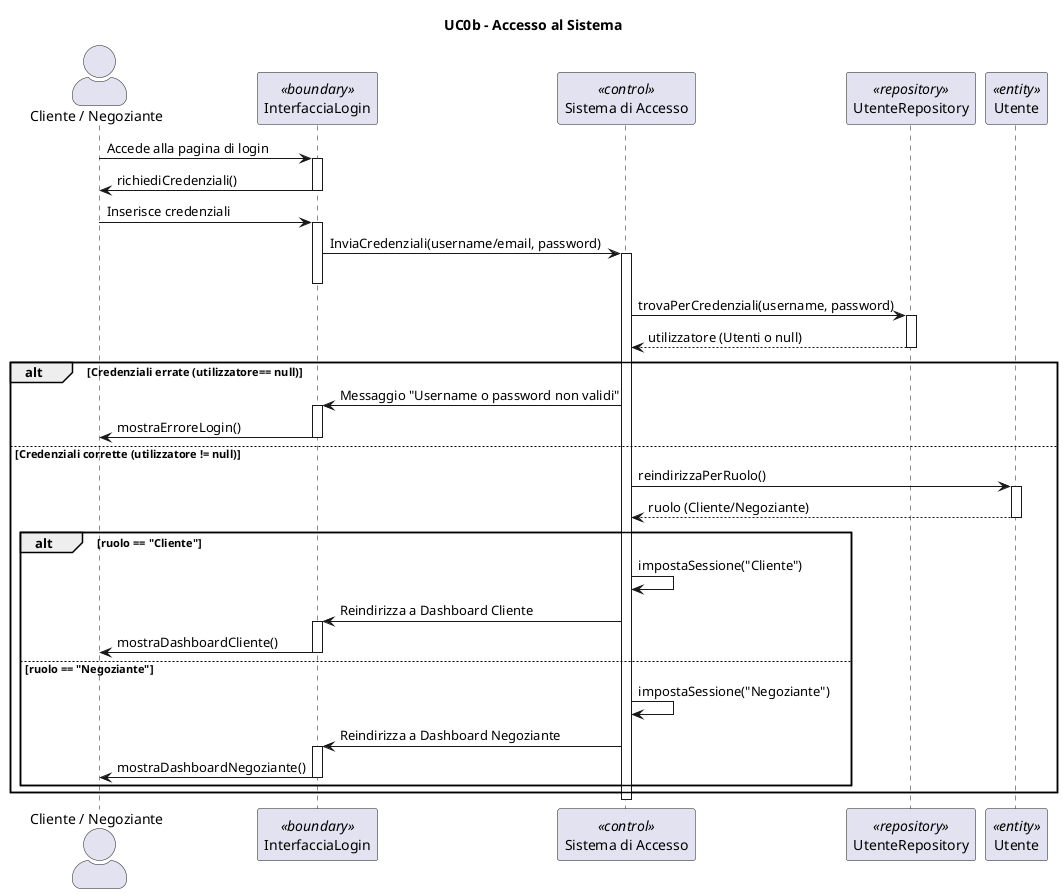
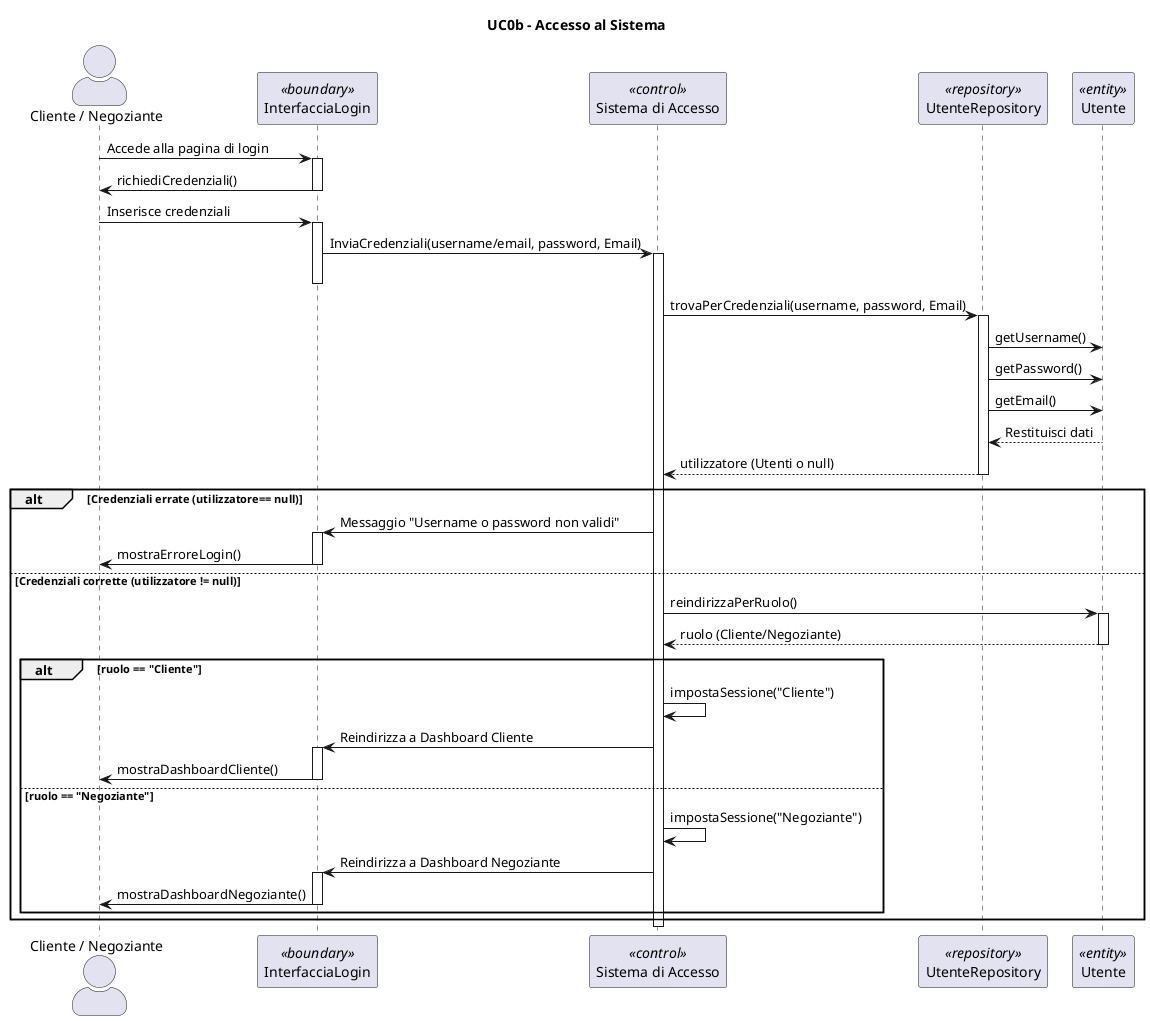
@startuml
title UC0b - Accesso al Sistema
skinparam actorStyle awesome
actor "Cliente / Negoziante" as Utenti
participant "InterfacciaLogin" <<boundary>>
participant "Sistema di Accesso" as Sistema <<control>>
participant "UtenteRepository" as Repo <<repository>>
participant "Utente" <<entity>>

Utenti -> InterfacciaLogin : Accede alla pagina di login
activate InterfacciaLogin
InterfacciaLogin -> Utenti : richiediCredenziali()
deactivate InterfacciaLogin

Utenti -> InterfacciaLogin : Inserisce credenziali
activate InterfacciaLogin
- InterfacciaLogin -> Sistema : InviaCredenziali(username/email, password)
+ InterfacciaLogin -> Sistema : InviaCredenziali(username/email, password, Email)
activate Sistema
deactivate InterfacciaLogin


- Sistema -> Repo : trovaPerCredenziali(username, password)
+ Sistema -> Repo : trovaPerCredenziali(username, password, Email)
activate Repo
+ Repo -> Utente : getUsername()
+ Repo -> Utente: getPassword()
+ Repo -> Utente: getEmail()
+ Utente --> Repo : Restituisci dati
Repo --> Sistema : utilizzatore (Utenti o null)
deactivate Repo

alt Credenziali errate (utilizzatore== null)
    Sistema -> InterfacciaLogin : Messaggio "Username o password non validi"
    activate InterfacciaLogin
    InterfacciaLogin -> Utenti : mostraErroreLogin()
    deactivate InterfacciaLogin
else Credenziali corrette (utilizzatore != null)

    Sistema -> Utente : reindirizzaPerRuolo()
    activate Utente
    Utente --> Sistema : ruolo (Cliente/Negoziante)
    deactivate Utente

    alt ruolo == "Cliente"
        Sistema -> Sistema : impostaSessione("Cliente")
        Sistema -> InterfacciaLogin : Reindirizza a Dashboard Cliente
        activate InterfacciaLogin
        InterfacciaLogin -> Utenti : mostraDashboardCliente()
        deactivate InterfacciaLogin
    else ruolo == "Negoziante"
        Sistema -> Sistema : impostaSessione("Negoziante")
        Sistema -> InterfacciaLogin : Reindirizza a Dashboard Negoziante
        activate InterfacciaLogin
        InterfacciaLogin -> Utenti : mostraDashboardNegoziante()
        deactivate InterfacciaLogin
    end
end

deactivate Sistema
@enduml

